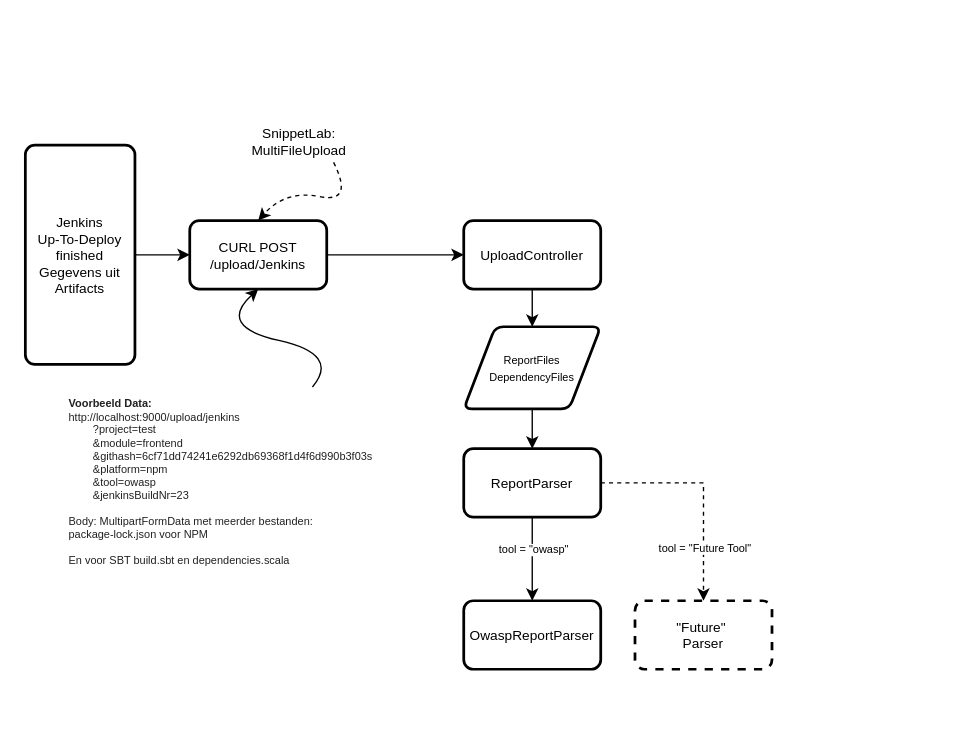
Before: page "UploadAnalysis" (6 of 8) of gfx/SOUPAPI.drawio in codefink2020/AfstudeerVerslagFINAL, a draw.io diagram. Source tidied: cells renumbered, new cells numbered last; positions are measured from the earlier drawing's top-left corner, leaving out a move shared by most shapes. Both pictures are drawn from the tidied source at 137%, with x=0, y=0 at pixel (25, 121).
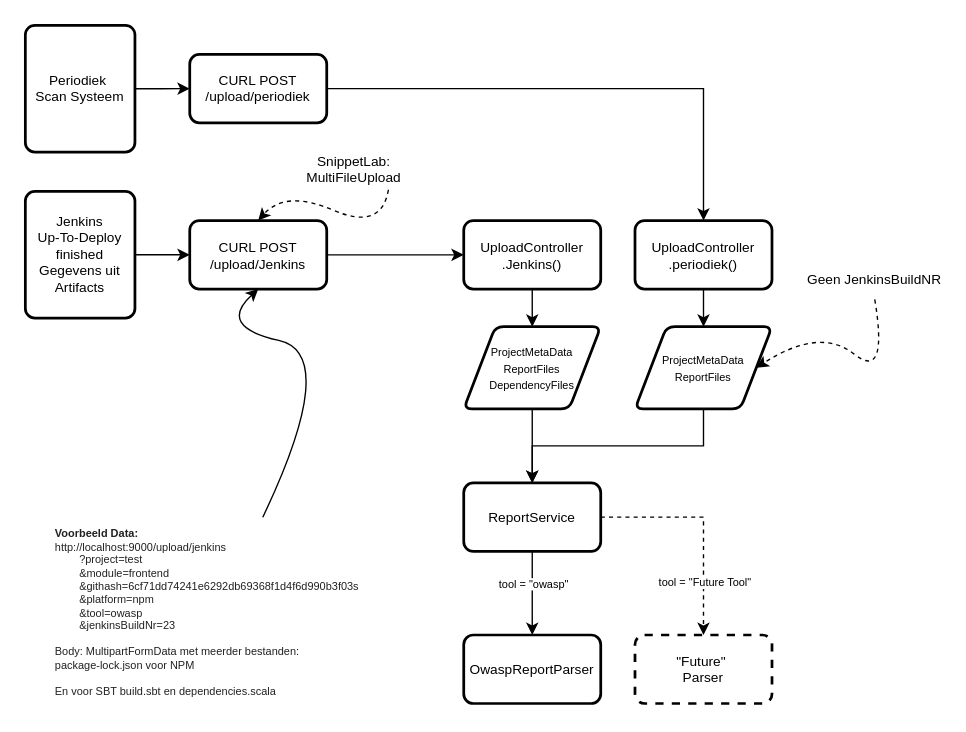
The same diagram, later.

Unchanged cells that the change refers to:
```xml
<mxCell id="5" value="&lt;font style=&quot;font-size: 10px&quot;&gt;CURL POST&lt;br&gt;/upload/Jenkins&lt;br&gt;&lt;/font&gt;" style="rounded=1;whiteSpace=wrap;html=1;absoluteArcSize=1;arcSize=14;strokeWidth=2;labelBackgroundColor=none;fontFamily=Helvetica;fontSize=8;fontColor=#000000;" parent="1" vertex="1">
  <mxGeometry x="120" y="72.5" width="100" height="50" as="geometry" />
</mxCell>
```

Diff of the diagram source:
```diff
@@
     <mxCell id="3" value="&lt;font style=&quot;font-size: 10px&quot;&gt;Jenkins&lt;br&gt;Up-To-Deploy finished&lt;br&gt;Gegevens uit Artifacts&lt;br&gt;&lt;/font&gt;" style="rounded=1;whiteSpace=wrap;html=1;absoluteArcSize=1;arcSize=14;strokeWidth=2;labelBackgroundColor=none;fontFamily=Helvetica;fontSize=8;fontColor=#000000;" parent="1" vertex="1">
-      <mxGeometry y="17.5" width="80" height="160" as="geometry" />
+      <mxGeometry y="51.2" width="80" height="92.5" as="geometry" />
     </mxCell>
@@
-    <mxCell id="7" value="&lt;font style=&quot;font-size: 10px&quot;&gt;UploadController&lt;br&gt;&lt;/font&gt;" style="rounded=1;whiteSpace=wrap;html=1;absoluteArcSize=1;arcSize=14;strokeWidth=2;labelBackgroundColor=none;fontFamily=Helvetica;fontSize=8;fontColor=#000000;" parent="1" vertex="1">
+    <mxCell id="7" value="&lt;font style=&quot;font-size: 10px&quot;&gt;UploadController&lt;br&gt;.Jenkins()&lt;br&gt;&lt;/font&gt;" style="rounded=1;whiteSpace=wrap;html=1;absoluteArcSize=1;arcSize=14;strokeWidth=2;labelBackgroundColor=none;fontFamily=Helvetica;fontSize=8;fontColor=#000000;" parent="1" vertex="1">
       <mxGeometry x="320" y="72.5" width="100" height="50" as="geometry" />
     </mxCell>
     <mxCell id="8" value="SnippetLab: MultiFileUpload" style="text;html=1;strokeColor=none;fillColor=none;align=center;verticalAlign=middle;whiteSpace=wrap;rounded=0;fontSize=10;" parent="1" vertex="1">
-      <mxGeometry x="150" width="100" height="30" as="geometry" />
+      <mxGeometry x="190" y="20" width="100" height="30" as="geometry" />
     </mxCell>
     <mxCell id="9" style="curved=1;endArrow=classic;html=1;rounded=0;dashed=1;fontSize=10;exitX=0.75;exitY=1;exitDx=0;exitDy=0;entryX=0.5;entryY=0;entryDx=0;entryDy=0;" parent="1" edge="1" source="8" target="5">
       <mxGeometry relative="1" as="geometry">
         <Array as="points">
-          <mxPoint x="240" y="60" />
+          <mxPoint x="260" y="80" />
           <mxPoint x="190" y="50" />
         </Array>
       </mxGeometry>
     </mxCell>
@@
-    <mxCell id="14" value="&lt;font style=&quot;font-size: 10px&quot;&gt;ReportParser&lt;br&gt;&lt;/font&gt;" style="rounded=1;whiteSpace=wrap;html=1;absoluteArcSize=1;arcSize=14;strokeWidth=2;labelBackgroundColor=none;fontFamily=Helvetica;fontSize=8;fontColor=#000000;" parent="1" vertex="1">
-      <mxGeometry x="320" y="239" width="100" height="50" as="geometry" />
+    <mxCell id="14" value="&lt;font style=&quot;font-size: 10px&quot;&gt;ReportService&lt;br&gt;&lt;/font&gt;" style="rounded=1;whiteSpace=wrap;html=1;absoluteArcSize=1;arcSize=14;strokeWidth=2;labelBackgroundColor=none;fontFamily=Helvetica;fontSize=8;fontColor=#000000;" parent="1" vertex="1">
+      <mxGeometry x="320" y="264" width="100" height="50" as="geometry" />
     </mxCell>
@@
-    <mxCell id="16" value="&lt;font style=&quot;font-size: 8px&quot;&gt;ReportFiles&lt;br&gt;DependencyFiles&lt;br&gt;&lt;/font&gt;" style="shape=parallelogram;html=1;strokeWidth=2;perimeter=parallelogramPerimeter;whiteSpace=wrap;rounded=1;arcSize=12;size=0.23;fontSize=10;" parent="1" vertex="1">
+    <mxCell id="16" value="&lt;font style=&quot;font-size: 8px&quot;&gt;ProjectMetaData&lt;br&gt;ReportFiles&lt;br&gt;DependencyFiles&lt;br&gt;&lt;/font&gt;" style="shape=parallelogram;html=1;strokeWidth=2;perimeter=parallelogramPerimeter;whiteSpace=wrap;rounded=1;arcSize=12;size=0.23;fontSize=10;" parent="1" vertex="1">
       <mxGeometry x="320" y="150" width="100" height="60" as="geometry" />
     </mxCell>
     <mxCell id="17" value="&lt;span style=&quot;color: rgb(33 , 33 , 33) ; background-color: rgb(255 , 255 , 255)&quot;&gt;&lt;font style=&quot;font-size: 8px&quot;&gt;&lt;b&gt;Voorbeeld Data:&lt;/b&gt;&lt;br&gt;http://localhost:9000/upload/jenkins&lt;br&gt;&lt;span style=&quot;white-space: pre&quot;&gt;&#9;&lt;/span&gt;?project=test&lt;br&gt;&lt;span style=&quot;white-space: pre&quot;&gt;&#9;&lt;/span&gt;&amp;amp;module=frontend&lt;br&gt;&lt;span style=&quot;white-space: pre&quot;&gt;&#9;&lt;/span&gt;&amp;amp;githash=6cf71dd74241e6292db69368f1d4f6d990b3f03s&lt;br&gt;&lt;span style=&quot;white-space: pre&quot;&gt;&#9;&lt;/span&gt;&amp;amp;platform=npm&lt;br&gt;&lt;span style=&quot;white-space: pre&quot;&gt;&#9;&lt;/span&gt;&amp;amp;tool=owasp&lt;br&gt;&lt;span style=&quot;white-space: pre&quot;&gt;&#9;&lt;/span&gt;&amp;amp;jenkinsBuildNr=23&lt;br&gt;&lt;br&gt;Body: MultipartFormData met meerder bestanden:&lt;br&gt;package-lock.json voor NPM&lt;br&gt;&lt;br&gt;En voor SBT build.sbt en dependencies.scala&lt;br&gt;&lt;/font&gt;&lt;/span&gt;" style="text;html=1;align=left;verticalAlign=middle;points=[];strokeColor=none;fillColor=none;fontSize=8;" parent="1" vertex="1">
-      <mxGeometry x="30" y="194" width="240" height="140" as="geometry" />
+      <mxGeometry x="20" y="289" width="240" height="140" as="geometry" />
     </mxCell>
@@
     <mxCell id="19" value="&lt;font style=&quot;font-size: 10px&quot;&gt;OwaspReportParser&lt;br&gt;&lt;/font&gt;" style="rounded=1;whiteSpace=wrap;html=1;absoluteArcSize=1;arcSize=14;strokeWidth=2;labelBackgroundColor=none;fontFamily=Helvetica;fontSize=8;fontColor=#000000;" parent="1" vertex="1">
-      <mxGeometry x="320" y="350" width="100" height="50" as="geometry" />
+      <mxGeometry x="320" y="375" width="100" height="50" as="geometry" />
     </mxCell>
     <mxCell id="20" value="&lt;font style=&quot;font-size: 10px&quot;&gt;&quot;Future&quot;&amp;nbsp;&lt;br&gt;Parser&lt;br&gt;&lt;/font&gt;" style="rounded=1;whiteSpace=wrap;html=1;absoluteArcSize=1;arcSize=14;strokeWidth=2;labelBackgroundColor=none;fontFamily=Helvetica;fontSize=8;fontColor=#000000;dashed=1;" parent="1" vertex="1">
-      <mxGeometry x="445" y="350" width="100" height="50" as="geometry" />
+      <mxGeometry x="445" y="375" width="100" height="50" as="geometry" />
     </mxCell>
+    <mxCell id="21" style="edgeStyle=orthogonalEdgeStyle;rounded=0;jettySize=auto;html=1;exitX=1;exitY=0.5;exitDx=0;exitDy=0;entryX=0;entryY=0.5;entryDx=0;entryDy=0;fontSize=8;startArrow=none;startFill=0;endArrow=classic;endFill=1;" parent="1" edge="1" source="22" target="24">
+      <mxGeometry relative="1" as="geometry" />
+    </mxCell>
+    <mxCell id="22" value="&lt;font style=&quot;font-size: 10px&quot;&gt;Periodiek&amp;nbsp;&lt;br&gt;Scan Systeem&lt;br&gt;&lt;/font&gt;" style="rounded=1;whiteSpace=wrap;html=1;absoluteArcSize=1;arcSize=14;strokeWidth=2;labelBackgroundColor=none;fontFamily=Helvetica;fontSize=8;fontColor=#000000;" parent="1" vertex="1">
+      <mxGeometry y="-70" width="80" height="92.5" as="geometry" />
+    </mxCell>
+    <mxCell id="23" style="edgeStyle=orthogonalEdgeStyle;rounded=0;jettySize=auto;html=1;exitX=1;exitY=0.5;exitDx=0;exitDy=0;entryX=0.5;entryY=0;entryDx=0;entryDy=0;fontSize=8;startArrow=none;startFill=0;endArrow=classic;endFill=1;" parent="1" edge="1" source="24" target="26">
+      <mxGeometry relative="1" as="geometry" />
+    </mxCell>
+    <mxCell id="24" value="&lt;font style=&quot;font-size: 10px&quot;&gt;CURL POST&lt;br&gt;/upload/periodiek&lt;br&gt;&lt;/font&gt;" style="rounded=1;whiteSpace=wrap;html=1;absoluteArcSize=1;arcSize=14;strokeWidth=2;labelBackgroundColor=none;fontFamily=Helvetica;fontSize=8;fontColor=#000000;" parent="1" vertex="1">
+      <mxGeometry x="120" y="-48.8" width="100" height="50" as="geometry" />
+    </mxCell>
+    <mxCell id="25" style="edgeStyle=orthogonalEdgeStyle;rounded=0;jettySize=auto;html=1;exitX=0.5;exitY=1;exitDx=0;exitDy=0;entryX=0.5;entryY=0;entryDx=0;entryDy=0;fontSize=8;startArrow=none;startFill=0;endArrow=classic;endFill=1;" parent="1" edge="1" source="26" target="28">
+      <mxGeometry relative="1" as="geometry" />
+    </mxCell>
+    <mxCell id="26" value="&lt;font style=&quot;font-size: 10px&quot;&gt;UploadController&lt;br&gt;.periodiek()&lt;br&gt;&lt;/font&gt;" style="rounded=1;whiteSpace=wrap;html=1;absoluteArcSize=1;arcSize=14;strokeWidth=2;labelBackgroundColor=none;fontFamily=Helvetica;fontSize=8;fontColor=#000000;" parent="1" vertex="1">
+      <mxGeometry x="445" y="72.5" width="100" height="50" as="geometry" />
+    </mxCell>
+    <mxCell id="27" style="edgeStyle=orthogonalEdgeStyle;rounded=0;jettySize=auto;html=1;exitX=0.5;exitY=1;exitDx=0;exitDy=0;fontSize=8;startArrow=none;startFill=0;endArrow=classic;endFill=1;entryX=0.5;entryY=0;entryDx=0;entryDy=0;" parent="1" edge="1" source="28" target="14">
+      <mxGeometry relative="1" as="geometry" />
+    </mxCell>
+    <mxCell id="28" value="&lt;font style=&quot;font-size: 8px&quot;&gt;ProjectMetaData&lt;br&gt;ReportFiles&lt;br&gt;&lt;/font&gt;" style="shape=parallelogram;html=1;strokeWidth=2;perimeter=parallelogramPerimeter;whiteSpace=wrap;rounded=1;arcSize=12;size=0.23;fontSize=10;" parent="1" vertex="1">
+      <mxGeometry x="445" y="150" width="100" height="60" as="geometry" />
+    </mxCell>
+    <mxCell id="29" value="Geen JenkinsBuildNR" style="text;html=1;strokeColor=none;fillColor=none;align=center;verticalAlign=middle;whiteSpace=wrap;rounded=0;fontSize=10;" parent="1" vertex="1">
+      <mxGeometry x="570" y="100" width="100" height="30" as="geometry" />
+    </mxCell>
+    <mxCell id="30" style="curved=1;endArrow=classic;html=1;rounded=0;dashed=1;fontSize=10;exitX=0.5;exitY=1;exitDx=0;exitDy=0;entryX=1;entryY=0.5;entryDx=0;entryDy=0;" parent="1" edge="1" source="29" target="28">
+      <mxGeometry relative="1" as="geometry">
+        <Array as="points">
+          <mxPoint x="630" y="190" />
+          <mxPoint x="580" y="150" />
+        </Array>
+      </mxGeometry>
+    </mxCell>
```
